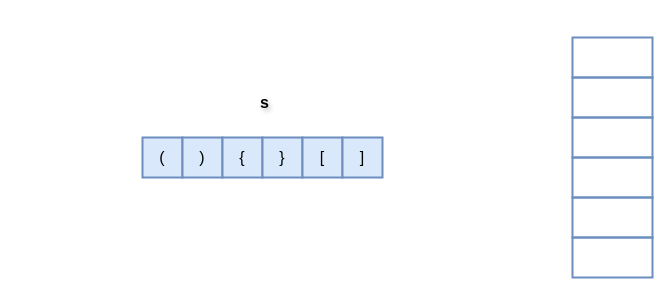
LuoSue/sscdn keeps this draw.io diagram as page "Page-1" (1 of 6) of 20-valid-parentheses.drawio. Above is the earlier version. Source tidied: cells renumbered, new cells numbered last; positions are measured from the earlier drawing's top-left corner, leaving out a move shared by most shapes. Both pictures are drawn from the tidied source at 100%, with x=0, y=0 at pixel (142, 37).
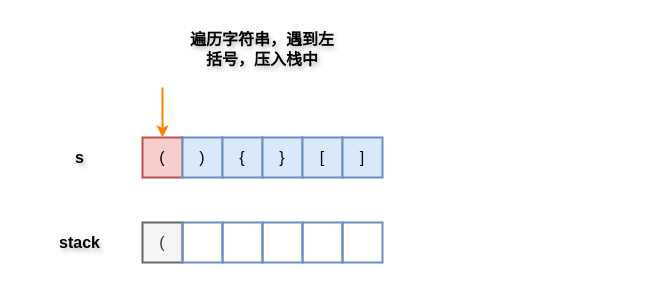
Above is the later version.

What changed in the source:
```diff
@@
 <mxGraphModel>
   <root>
     <mxCell id="0" />
     <mxCell id="1" parent="0" />
-    <mxCell id="2" style="rounded=0;whiteSpace=wrap;html=1;strokeWidth=2;fillWeight=4;hachureGap=8;hachureAngle=45;fillColor=none;strokeColor=#6c8ebf;" parent="1" vertex="1">
-      <mxGeometry x="430" y="200" width="80" height="40" as="geometry" />
-    </mxCell>
-    <mxCell id="3" style="rounded=0;whiteSpace=wrap;html=1;strokeWidth=2;fillWeight=4;hachureGap=8;hachureAngle=45;fillColor=none;strokeColor=#6c8ebf;" parent="1" vertex="1">
-      <mxGeometry x="430" y="160" width="80" height="40" as="geometry" />
-    </mxCell>
-    <mxCell id="4" style="rounded=0;whiteSpace=wrap;html=1;strokeWidth=2;fillWeight=4;hachureGap=8;hachureAngle=45;fillColor=none;strokeColor=#6c8ebf;" parent="1" vertex="1">
-      <mxGeometry x="430" y="120" width="80" height="40" as="geometry" />
-    </mxCell>
-    <mxCell id="5" style="rounded=0;whiteSpace=wrap;html=1;strokeWidth=2;fillWeight=4;hachureGap=8;hachureAngle=45;fillColor=none;strokeColor=#6c8ebf;" parent="1" vertex="1">
-      <mxGeometry x="430" y="80" width="80" height="40" as="geometry" />
-    </mxCell>
-    <mxCell id="6" style="rounded=0;whiteSpace=wrap;html=1;strokeWidth=2;fillWeight=4;hachureGap=8;hachureAngle=45;fillColor=none;strokeColor=#6c8ebf;" parent="1" vertex="1">
-      <mxGeometry x="430" y="40" width="80" height="40" as="geometry" />
-    </mxCell>
-    <mxCell id="7" style="rounded=0;whiteSpace=wrap;html=1;strokeWidth=2;fillWeight=4;hachureGap=8;hachureAngle=45;fillColor=none;strokeColor=#6c8ebf;" parent="1" vertex="1">
-      <mxGeometry x="430" width="80" height="40" as="geometry" />
-    </mxCell>
     <mxCell id="8" value="&lt;font style=&quot;font-size: 16px;&quot;&gt;&lt;b&gt;s&lt;/b&gt;&lt;/font&gt;" style="text;html=1;align=center;verticalAlign=middle;whiteSpace=wrap;rounded=0;fontSize=16;textShadow=1;fontFamily=HarmonyOS Sans;" parent="1" vertex="1">
-      <mxGeometry x="60" y="40" width="125" height="50" as="geometry" />
+      <mxGeometry x="-125" y="95" width="125" height="50" as="geometry" />
     </mxCell>
-    <mxCell id="9" value="&lt;font face=&quot;HarmonyOS Sans&quot; style=&quot;font-size: 16px;&quot;&gt;(&lt;/font&gt;" style="rounded=0;whiteSpace=wrap;html=1;strokeWidth=2;fillWeight=4;hachureGap=8;hachureAngle=45;fillColor=#dae8fc;strokeColor=#6c8ebf;" parent="1" vertex="1">
+    <mxCell id="9" value="&lt;font face=&quot;HarmonyOS Sans&quot; style=&quot;font-size: 16px;&quot;&gt;(&lt;/font&gt;" style="rounded=0;whiteSpace=wrap;html=1;strokeWidth=2;fillWeight=4;hachureGap=8;hachureAngle=45;fillColor=#f8cecc;strokeColor=#b85450;" parent="1" vertex="1">
       <mxGeometry y="100" width="40" height="40" as="geometry" />
     </mxCell>
     <mxCell id="10" value="&lt;span style=&quot;font-size: 16px;&quot;&gt;&lt;font face=&quot;HarmonyOS Sans&quot;&gt;)&lt;/font&gt;&lt;/span&gt;" style="rounded=0;whiteSpace=wrap;html=1;strokeWidth=2;fillWeight=4;hachureGap=8;hachureAngle=45;fillColor=#dae8fc;strokeColor=#6c8ebf;" parent="1" vertex="1">
       <mxGeometry x="40" y="100" width="40" height="40" as="geometry" />
     </mxCell>
     <mxCell id="11" value="&lt;font face=&quot;HarmonyOS Sans&quot; style=&quot;font-size: 16px;&quot;&gt;{&lt;/font&gt;" style="rounded=0;whiteSpace=wrap;html=1;strokeWidth=2;fillWeight=4;hachureGap=8;hachureAngle=45;fillColor=#dae8fc;strokeColor=#6c8ebf;" parent="1" vertex="1">
       <mxGeometry x="80" y="100" width="40" height="40" as="geometry" />
     </mxCell>
     <mxCell id="12" value="&lt;font face=&quot;HarmonyOS Sans&quot; style=&quot;font-size: 16px;&quot;&gt;}&lt;/font&gt;" style="rounded=0;whiteSpace=wrap;html=1;strokeWidth=2;fillWeight=4;hachureGap=8;hachureAngle=45;fillColor=#dae8fc;strokeColor=#6c8ebf;" parent="1" vertex="1">
       <mxGeometry x="120" y="100" width="40" height="40" as="geometry" />
     </mxCell>
     <mxCell id="13" value="&lt;font face=&quot;HarmonyOS Sans&quot; style=&quot;font-size: 16px;&quot;&gt;[&lt;/font&gt;" style="rounded=0;whiteSpace=wrap;html=1;strokeWidth=2;fillWeight=4;hachureGap=8;hachureAngle=45;fillColor=#dae8fc;strokeColor=#6c8ebf;" parent="1" vertex="1">
       <mxGeometry x="160" y="100" width="40" height="40" as="geometry" />
     </mxCell>
     <mxCell id="14" value="&lt;font face=&quot;HarmonyOS Sans&quot; style=&quot;font-size: 16px;&quot;&gt;]&lt;/font&gt;" style="rounded=0;whiteSpace=wrap;html=1;strokeWidth=2;fillWeight=4;hachureGap=8;hachureAngle=45;fillColor=#dae8fc;strokeColor=#6c8ebf;" parent="1" vertex="1">
       <mxGeometry x="200" y="100" width="40" height="40" as="geometry" />
     </mxCell>
+    <mxCell id="15" value="&lt;b&gt;遍历字符串，遇到左括号，压入栈中&lt;/b&gt;" style="text;html=1;align=center;verticalAlign=middle;whiteSpace=wrap;rounded=0;fontSize=16;textShadow=1;fontFamily=HarmonyOS Sans;" parent="1" vertex="1">
+      <mxGeometry x="40" y="-20" width="160" height="64" as="geometry" />
+    </mxCell>
+    <mxCell id="16" value="&lt;font style=&quot;font-size: 16px;&quot;&gt;&lt;b&gt;stack&lt;/b&gt;&lt;/font&gt;" style="text;html=1;align=center;verticalAlign=middle;whiteSpace=wrap;rounded=0;fontSize=16;textShadow=1;fontFamily=HarmonyOS Sans;" parent="1" vertex="1">
+      <mxGeometry x="-125" y="180" width="125" height="50" as="geometry" />
+    </mxCell>
+    <mxCell id="17" value="&lt;font face=&quot;HarmonyOS Sans&quot; style=&quot;font-size: 16px;&quot;&gt;(&lt;/font&gt;" style="rounded=0;whiteSpace=wrap;html=1;strokeWidth=2;fillWeight=4;hachureGap=8;hachureAngle=45;fillColor=#f5f5f5;strokeColor=#666666;fontColor=#333333;" parent="1" vertex="1">
+      <mxGeometry y="185" width="40" height="40" as="geometry" />
+    </mxCell>
+    <mxCell id="18" style="rounded=0;whiteSpace=wrap;html=1;strokeWidth=2;fillWeight=4;hachureGap=8;hachureAngle=45;fillColor=none;strokeColor=#6c8ebf;" parent="1" vertex="1">
+      <mxGeometry x="40" y="185" width="40" height="40" as="geometry" />
+    </mxCell>
+    <mxCell id="19" style="rounded=0;whiteSpace=wrap;html=1;strokeWidth=2;fillWeight=4;hachureGap=8;hachureAngle=45;fillColor=none;strokeColor=#6c8ebf;" parent="1" vertex="1">
+      <mxGeometry x="80" y="185" width="40" height="40" as="geometry" />
+    </mxCell>
+    <mxCell id="20" style="rounded=0;whiteSpace=wrap;html=1;strokeWidth=2;fillWeight=4;hachureGap=8;hachureAngle=45;fillColor=none;strokeColor=#6c8ebf;" parent="1" vertex="1">
+      <mxGeometry x="120" y="185" width="40" height="40" as="geometry" />
+    </mxCell>
+    <mxCell id="21" style="rounded=0;whiteSpace=wrap;html=1;strokeWidth=2;fillWeight=4;hachureGap=8;hachureAngle=45;fillColor=none;strokeColor=#6c8ebf;" parent="1" vertex="1">
+      <mxGeometry x="160" y="185" width="40" height="40" as="geometry" />
+    </mxCell>
+    <mxCell id="22" style="rounded=0;whiteSpace=wrap;html=1;strokeWidth=2;fillWeight=4;hachureGap=8;hachureAngle=45;fillColor=none;strokeColor=#6c8ebf;" parent="1" vertex="1">
+      <mxGeometry x="200" y="185" width="40" height="40" as="geometry" />
+    </mxCell>
+    <mxCell id="23" style="endArrow=classic;html=1;rounded=0;strokeWidth=2;entryX=0.5;entryY=0;entryDx=0;entryDy=0;strokeColor=#FF8000;" parent="1" edge="1" target="9">
+      <mxGeometry relative="1" as="geometry">
+        <mxPoint x="20" y="50" as="sourcePoint" />
+      </mxGeometry>
+    </mxCell>
   </root>
 </mxGraphModel>
```
